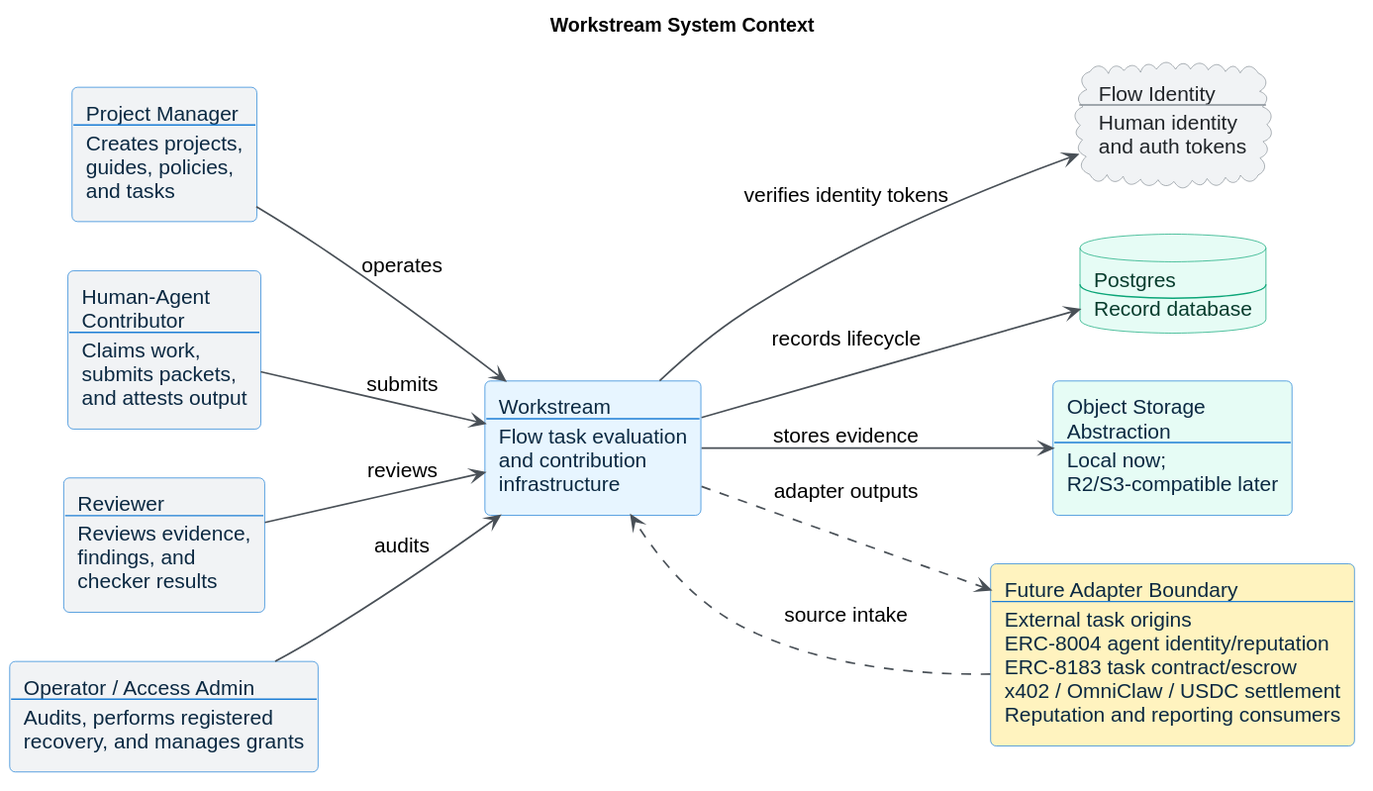
This is docs/diagrams/rendered/workstream_context.svg from jorshimayor/workstream, a PlantUML export, as it was before one commit.
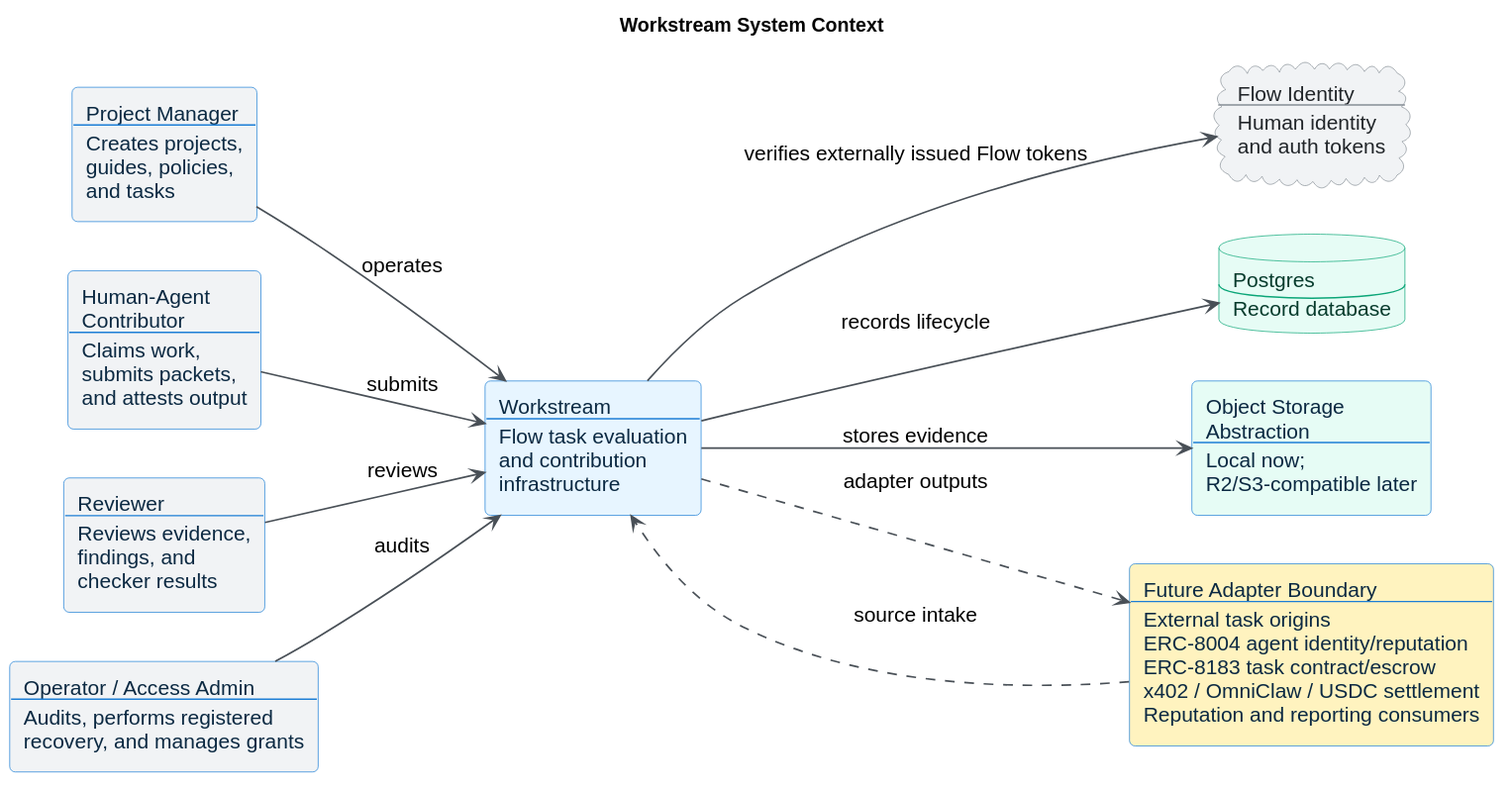
After the commit.

Diff of the diagram source:
```diff
@@ -45,7 +45,7 @@
 reviewer --> workstream : reviews
 operator --> workstream : audits
 
-workstream --> flow_auth : verifies identity tokens
+workstream --> flow_auth : verifies externally issued Flow tokens
 workstream --> postgres : records lifecycle
 workstream --> storage : stores evidence
 
```
